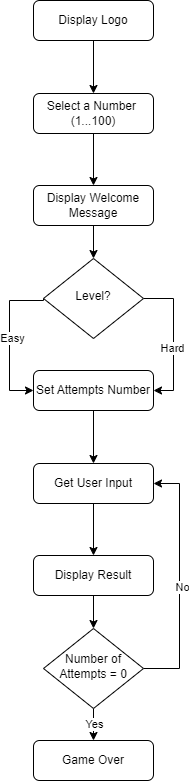
The draw.io diagram day_12_number_guessing_game/project_files/flowchart_number_guessing_game.png in ErkanHatipoglu/100-days-of-code, before a commit. Source tidied: cells renumbered, new cells last; positions are measured from the earlier drawing's top-left corner, leaving out a move shared by most shapes.
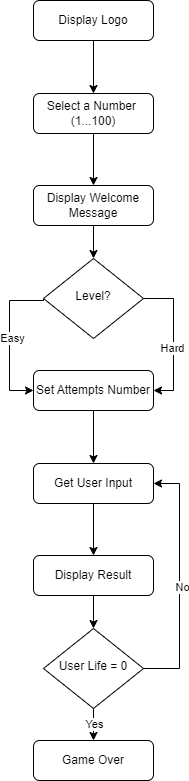
Later version of the same file.

Diff of the diagram source:
```diff
@@ -69,7 +69,7 @@
     <mxCell id="20" value="No" style="edgeLabel;html=1;align=center;verticalAlign=middle;" parent="19" vertex="1">
       <mxGeometry x="-0.05" y="-2" relative="1" as="geometry" />
     </mxCell>
-    <mxCell id="21" value="Number of Attempts = 0" style="rhombus;whiteSpace=wrap;html=1;shadow=0;fontFamily=Helvetica;fontSize=12;align=center;strokeWidth=1;spacing=6;spacingTop=-4;" parent="1" vertex="1">
+    <mxCell id="21" value="User Life = 0" style="rhombus;whiteSpace=wrap;html=1;shadow=0;fontFamily=Helvetica;fontSize=12;align=center;strokeWidth=1;spacing=6;spacingTop=-4;" parent="1" vertex="1">
       <mxGeometry x="34" y="628" width="100" height="80" as="geometry" />
     </mxCell>
     <mxCell id="22" style="edgeStyle=orthogonalEdgeStyle;rounded=0;jettySize=auto;html=1;exitX=0.5;exitY=1;exitDx=0;exitDy=0;" parent="1" edge="1" source="23" target="21">
```
